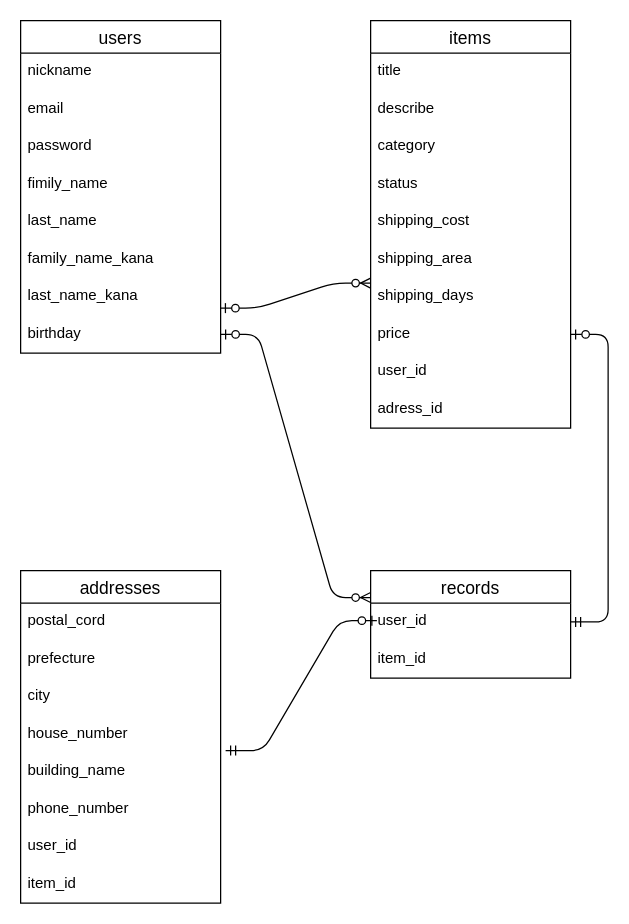
The draw.io diagram er.dio in misanaka30/furima-30486, before the edit. Source tidied: cells renumbered, new cells numbered last; positions are measured from the earlier drawing's top-left corner, leaving out a move shared by most shapes. Both pictures are drawn from the tidied source at 125%, with x=0, y=0 at pixel (20, 20).
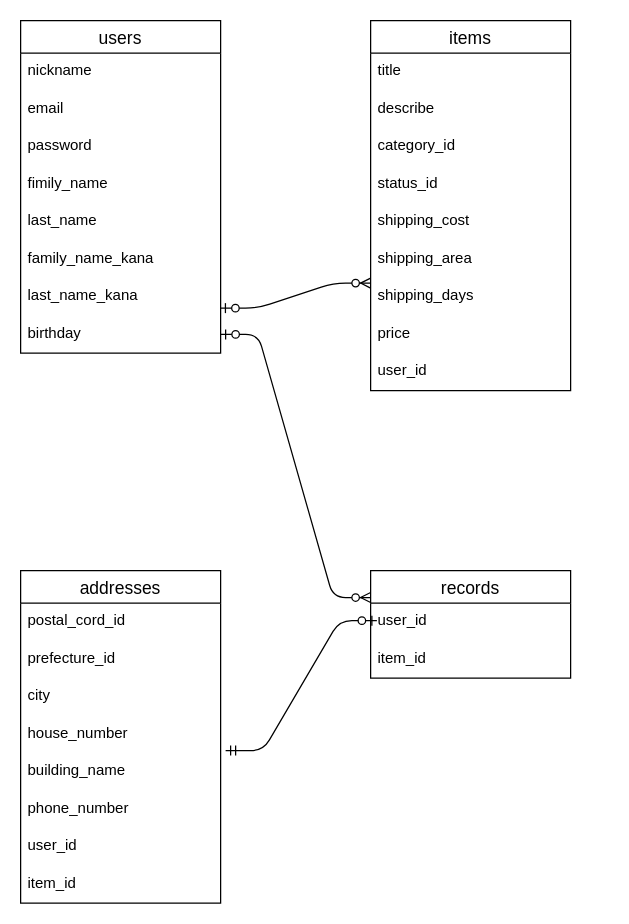
Above is the later version.

The change refers to these unchanged cells:
```xml
<mxCell id="19" value="price" style="text;strokeColor=none;fillColor=none;spacingLeft=4;spacingRight=4;overflow=hidden;points=[[0,0.5],[1,0.5]];portConstraint=eastwest;fontSize=12;" parent="11" vertex="1">
  <mxGeometry y="236" width="160" height="30" as="geometry" />
</mxCell>
<mxCell id="22" value="addresses" style="swimlane;fontStyle=0;horizontal=1;startSize=26;align=center;fontSize=14;" parent="1" vertex="1">
  <mxGeometry y="440" width="160" height="266" as="geometry" />
</mxCell>
```

The edit, as a diff of the source:
```diff
@@
     <mxCell id="11" value="items" style="swimlane;fontStyle=0;horizontal=1;startSize=26;align=center;fontSize=14;" parent="1" vertex="1">
-      <mxGeometry x="280" width="160" height="326" as="geometry" />
+      <mxGeometry x="280" width="160" height="296" as="geometry" />
     </mxCell>
@@
-    <mxCell id="14" value="category" style="text;strokeColor=none;fillColor=none;spacingLeft=4;spacingRight=4;overflow=hidden;fontSize=12;" parent="11" vertex="1">
+    <mxCell id="14" value="category_id" style="text;strokeColor=none;fillColor=none;spacingLeft=4;spacingRight=4;overflow=hidden;fontSize=12;" parent="11" vertex="1">
       <mxGeometry y="86" width="160" height="30" as="geometry" />
     </mxCell>
-    <mxCell id="15" value="status" style="text;strokeColor=none;fillColor=none;spacingLeft=4;spacingRight=4;overflow=hidden;fontSize=12;" parent="11" vertex="1">
+    <mxCell id="15" value="status_id" style="text;strokeColor=none;fillColor=none;spacingLeft=4;spacingRight=4;overflow=hidden;fontSize=12;" parent="11" vertex="1">
       <mxGeometry y="116" width="160" height="30" as="geometry" />
     </mxCell>
@@
-    <mxCell id="21" value="adress_id" style="text;strokeColor=none;fillColor=none;spacingLeft=4;spacingRight=4;overflow=hidden;fontSize=12;" parent="11" vertex="1">
-      <mxGeometry y="296" width="160" height="30" as="geometry" />
-    </mxCell>
@@
-    <mxCell id="23" value="postal_cord" style="text;strokeColor=none;fillColor=none;spacingLeft=4;spacingRight=4;overflow=hidden;fontSize=12;" parent="22" vertex="1">
+    <mxCell id="23" value="postal_cord_id" style="text;strokeColor=none;fillColor=none;spacingLeft=4;spacingRight=4;overflow=hidden;fontSize=12;" parent="22" vertex="1">
       <mxGeometry y="26" width="160" height="30" as="geometry" />
     </mxCell>
-    <mxCell id="24" value="prefecture" style="text;strokeColor=none;fillColor=none;spacingLeft=4;spacingRight=4;overflow=hidden;fontSize=12;" parent="22" vertex="1">
+    <mxCell id="24" value="prefecture_id" style="text;strokeColor=none;fillColor=none;spacingLeft=4;spacingRight=4;overflow=hidden;fontSize=12;" parent="22" vertex="1">
       <mxGeometry y="56" width="160" height="30" as="geometry" />
     </mxCell>
@@
-    <mxCell id="35" style="edgeStyle=entityRelationEdgeStyle;fontSize=12;html=1;endArrow=ERzeroToOne;startArrow=ERmandOne;exitX=1;exitY=0.5;exitDx=0;exitDy=0;" parent="1" edge="1" target="19">
-      <mxGeometry relative="1" as="geometry">
-        <mxPoint x="440" y="481" as="sourcePoint" />
-      </mxGeometry>
-    </mxCell>
```
